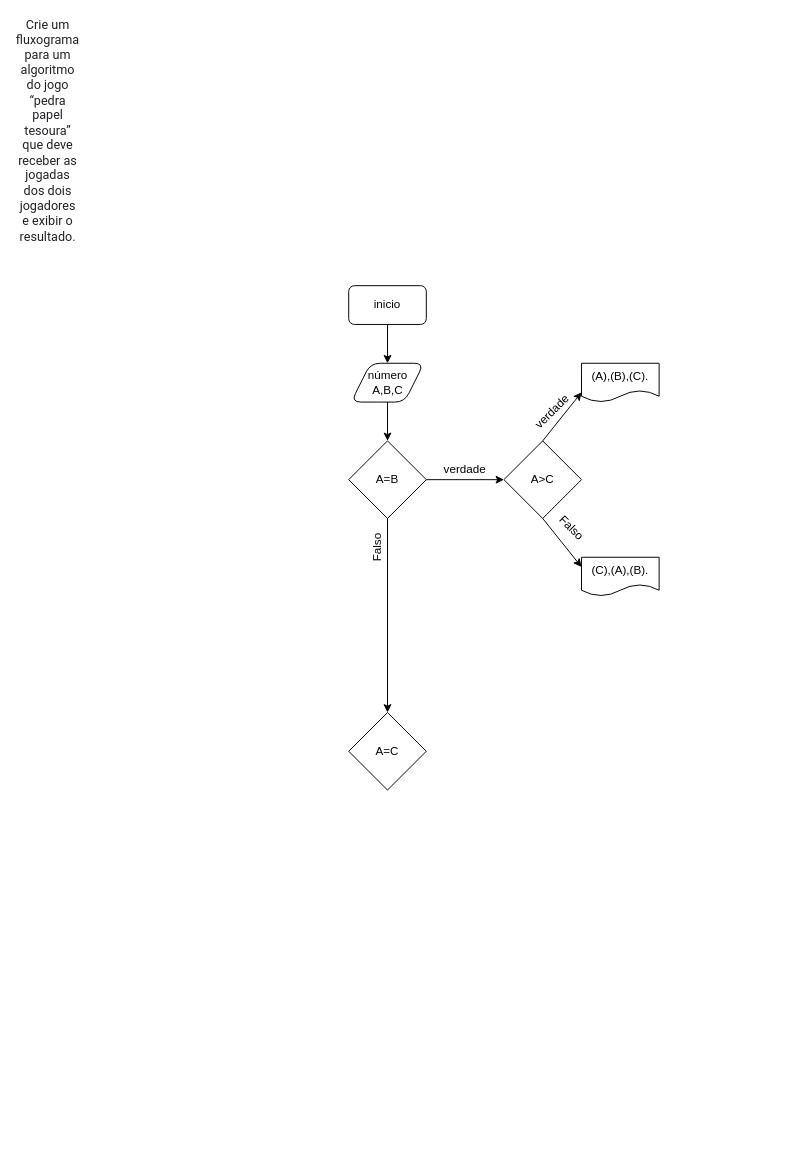
pedro-scastro/mdc118 keeps this draw.io diagram as Untitled Diagram.drawio. Above is the earlier version. Source tidied: cells renumbered, new cells numbered last; positions are measured from the earlier drawing's top-left corner, leaving out a move shared by most shapes. Both pictures are drawn from the tidied source at 97%, with x=0, y=0 at pixel (28, 120).
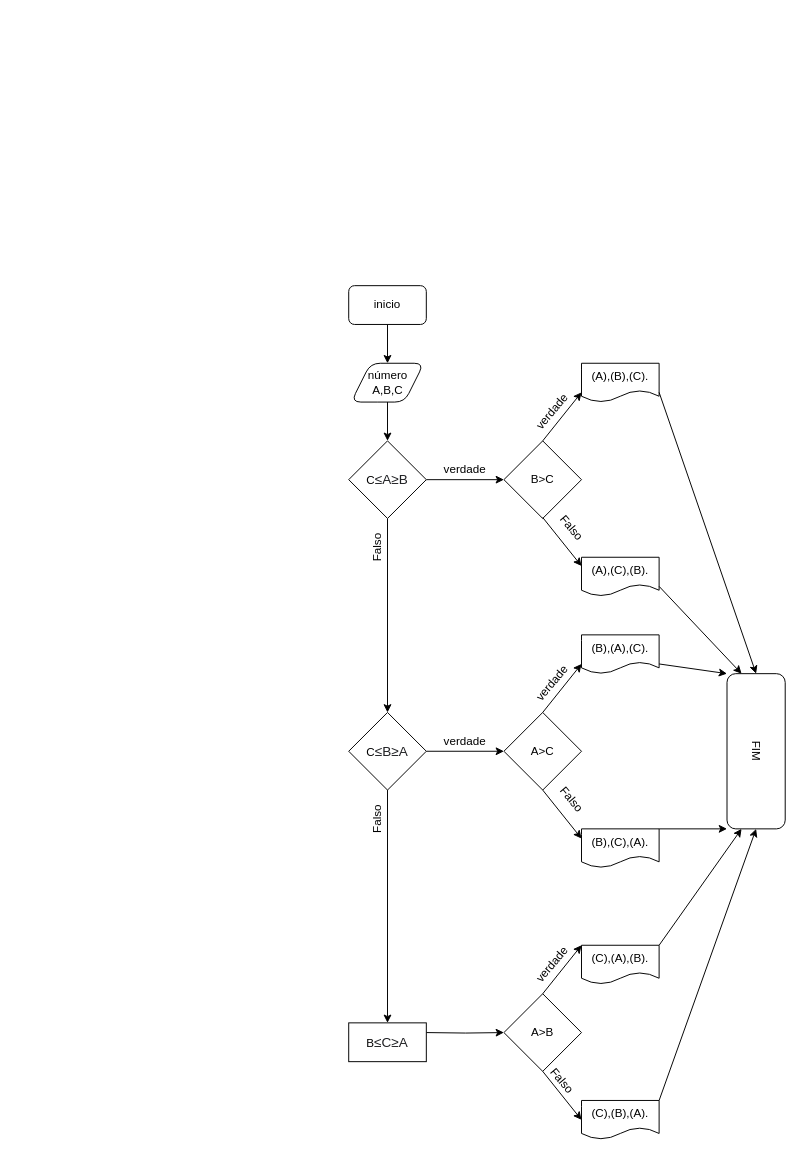
Above is the later version.

What changed in the source:
```diff
@@
-    <mxCell id="5" style="edgeStyle=orthogonalEdgeStyle;rounded=0;jettySize=auto;html=1;" parent="1" edge="1" source="7" target="9">
-      <mxGeometry relative="1" as="geometry" />
-    </mxCell>
-    <mxCell id="6" style="edgeStyle=orthogonalEdgeStyle;rounded=0;jettySize=auto;html=1;" parent="1" edge="1" source="7" target="17">
-      <mxGeometry relative="1" as="geometry" />
-    </mxCell>
-    <mxCell id="7" value="A=B" style="rhombus;whiteSpace=wrap;html=1;rounded=0;" parent="1" vertex="1">
-      <mxGeometry x="330" y="330" width="80" height="80" as="geometry" />
-    </mxCell>
@@
+    <mxCell id="20" style="edgeStyle=orthogonalEdgeStyle;rounded=0;jettySize=auto;html=1;" parent="1" edge="1" source="22" target="23">
+      <mxGeometry relative="1" as="geometry" />
+    </mxCell>
+    <mxCell id="21" style="edgeStyle=orthogonalEdgeStyle;rounded=0;jettySize=auto;html=1;" parent="1" edge="1" source="22" target="30">
+      <mxGeometry relative="1" as="geometry" />
+    </mxCell>
+    <mxCell id="22" value="C&lt;span style=&quot;color: rgb(32 , 33 , 36) ; font-family: &amp;#34;arial&amp;#34; , sans-serif ; font-size: 14px ; text-align: left ; background-color: rgb(255 , 255 , 255)&quot;&gt;≤A&lt;/span&gt;&lt;span style=&quot;color: rgb(32 , 33 , 36) ; font-family: &amp;#34;arial&amp;#34; , sans-serif ; font-size: 14px ; text-align: left ; background-color: rgb(255 , 255 , 255)&quot;&gt;≥B&lt;/span&gt;" style="rhombus;whiteSpace=wrap;html=1;rounded=0;" parent="1" vertex="1">
+      <mxGeometry x="330" y="330" width="80" height="80" as="geometry" />
+    </mxCell>
+    <mxCell id="23" value="B&amp;gt;C" style="rhombus;whiteSpace=wrap;html=1;rounded=0;" parent="1" vertex="1">
+      <mxGeometry x="490" y="330" width="80" height="80" as="geometry" />
+    </mxCell>
+    <mxCell id="24" value="verdade" style="text;html=1;strokeColor=none;fillColor=none;align=center;verticalAlign=middle;whiteSpace=wrap;rounded=0;rotation=0;" parent="1" vertex="1">
+      <mxGeometry x="430" y="350" width="40" height="20" as="geometry" />
+    </mxCell>
+    <mxCell id="25" style="endArrow=classic;html=1;entryX=0;entryY=0.75;entryDx=0;entryDy=0;exitX=0.5;exitY=0;exitDx=0;exitDy=0;" parent="1" edge="1">
+      <mxGeometry relative="1" as="geometry">
+        <mxPoint x="530" y="330" as="sourcePoint" />
+        <mxPoint x="570" y="280" as="targetPoint" />
+      </mxGeometry>
+    </mxCell>
+    <mxCell id="10" value="(A),(B),(C)." style="shape=document;whiteSpace=wrap;html=1;boundedLbl=1;rounded=0;" parent="1" vertex="1">
+      <mxGeometry x="570" y="250" width="80" height="40" as="geometry" />
+    </mxCell>
+    <mxCell id="26" style="endArrow=classic;html=1;entryX=0;entryY=0.25;entryDx=0;entryDy=0;exitX=0.5;exitY=1;exitDx=0;exitDy=0;" parent="1" edge="1">
+      <mxGeometry relative="1" as="geometry">
+        <mxPoint x="530" y="409" as="sourcePoint" />
+        <mxPoint x="570" y="459" as="targetPoint" />
+      </mxGeometry>
+    </mxCell>
+    <mxCell id="27" value="(A),(C),(B)." style="shape=document;whiteSpace=wrap;html=1;boundedLbl=1;rounded=0;" parent="1" vertex="1">
+      <mxGeometry x="570" y="450" width="80" height="40" as="geometry" />
+    </mxCell>
+    <mxCell id="28" style="edgeStyle=orthogonalEdgeStyle;rounded=0;jettySize=auto;html=1;" parent="1" edge="1" source="30" target="9">
+      <mxGeometry relative="1" as="geometry" />
+    </mxCell>
+    <mxCell id="29" style="edgeStyle=orthogonalEdgeStyle;rounded=0;jettySize=auto;html=1;entryX=0.5;entryY=0;entryDx=0;entryDy=0;" parent="1" edge="1" source="30" target="40">
+      <mxGeometry relative="1" as="geometry" />
+    </mxCell>
+    <mxCell id="30" value="C&lt;span style=&quot;color: rgb(32 , 33 , 36) ; font-family: &amp;#34;arial&amp;#34; , sans-serif ; font-size: 14px ; text-align: left ; background-color: rgb(255 , 255 , 255)&quot;&gt;≤B&lt;/span&gt;&lt;span style=&quot;color: rgb(32 , 33 , 36) ; font-family: &amp;#34;arial&amp;#34; , sans-serif ; font-size: 14px ; text-align: left ; background-color: rgb(255 , 255 , 255)&quot;&gt;≥A&lt;/span&gt;" style="rhombus;whiteSpace=wrap;html=1;rounded=0;" parent="1" vertex="1">
+      <mxGeometry x="330" y="610" width="80" height="80" as="geometry" />
+    </mxCell>
     <mxCell id="9" value="A&amp;gt;C" style="rhombus;whiteSpace=wrap;html=1;rounded=0;" parent="1" vertex="1">
-      <mxGeometry x="490" y="330" width="80" height="80" as="geometry" />
+      <mxGeometry x="490" y="610" width="80" height="80" as="geometry" />
     </mxCell>
-    <mxCell id="10" value="(A),(B),(C)." style="shape=document;whiteSpace=wrap;html=1;boundedLbl=1;rounded=0;" parent="1" vertex="1">
-      <mxGeometry x="570" y="250" width="80" height="40" as="geometry" />
-    </mxCell>
-    <mxCell id="11" style="endArrow=classic;html=1;entryX=0;entryY=0.75;entryDx=0;entryDy=0;exitX=0.5;exitY=0;exitDx=0;exitDy=0;" parent="1" edge="1" source="9" target="10">
-      <mxGeometry relative="1" as="geometry" />
-    </mxCell>
-    <mxCell id="12" value="verdade" style="text;html=1;strokeColor=none;fillColor=none;align=center;verticalAlign=middle;whiteSpace=wrap;rounded=0;rotation=-45;" parent="1" vertex="1">
-      <mxGeometry x="520" y="290" width="40" height="20" as="geometry" />
-    </mxCell>
+    <mxCell id="31" style="endArrow=classic;html=1;entryX=0;entryY=0.75;entryDx=0;entryDy=0;exitX=0.5;exitY=0;exitDx=0;exitDy=0;" parent="1" edge="1">
+      <mxGeometry relative="1" as="geometry">
+        <mxPoint x="530" y="610" as="sourcePoint" />
+        <mxPoint x="570" y="560" as="targetPoint" />
+      </mxGeometry>
+    </mxCell>
+    <mxCell id="32" style="endArrow=classic;html=1;entryX=0;entryY=0.25;entryDx=0;entryDy=0;exitX=0.5;exitY=1;exitDx=0;exitDy=0;" parent="1" edge="1">
+      <mxGeometry relative="1" as="geometry">
+        <mxPoint x="530" y="690" as="sourcePoint" />
+        <mxPoint x="570" y="740" as="targetPoint" />
+      </mxGeometry>
+    </mxCell>
+    <mxCell id="33" value="(B),(A),(C)." style="shape=document;whiteSpace=wrap;html=1;boundedLbl=1;rounded=0;" parent="1" vertex="1">
+      <mxGeometry x="570" y="530" width="80" height="40" as="geometry" />
+    </mxCell>
+    <mxCell id="34" value="(B),(C),(A)." style="shape=document;whiteSpace=wrap;html=1;boundedLbl=1;rounded=0;" parent="1" vertex="1">
+      <mxGeometry x="570" y="730" width="80" height="40" as="geometry" />
+    </mxCell>
+    <mxCell id="35" style="edgeStyle=orthogonalEdgeStyle;rounded=0;jettySize=auto;html=1;" parent="1" edge="1" target="36">
+      <mxGeometry relative="1" as="geometry">
+        <mxPoint x="410" y="940" as="sourcePoint" />
+      </mxGeometry>
+    </mxCell>
+    <mxCell id="36" value="A&amp;gt;B" style="rhombus;whiteSpace=wrap;html=1;rounded=0;" parent="1" vertex="1">
+      <mxGeometry x="490" y="900" width="80" height="80" as="geometry" />
+    </mxCell>
+    <mxCell id="37" style="endArrow=classic;html=1;entryX=0;entryY=0.75;entryDx=0;entryDy=0;exitX=0.5;exitY=0;exitDx=0;exitDy=0;" parent="1" edge="1">
+      <mxGeometry relative="1" as="geometry">
+        <mxPoint x="530" y="900" as="sourcePoint" />
+        <mxPoint x="570" y="850" as="targetPoint" />
+      </mxGeometry>
+    </mxCell>
+    <mxCell id="38" style="endArrow=classic;html=1;entryX=0;entryY=0.25;entryDx=0;entryDy=0;exitX=0.5;exitY=1;exitDx=0;exitDy=0;" parent="1" edge="1">
+      <mxGeometry relative="1" as="geometry">
+        <mxPoint x="530" y="980" as="sourcePoint" />
+        <mxPoint x="570" y="1030" as="targetPoint" />
+      </mxGeometry>
+    </mxCell>
     <mxCell id="13" value="(C),(A),(B)." style="shape=document;whiteSpace=wrap;html=1;boundedLbl=1;rounded=0;" parent="1" vertex="1">
-      <mxGeometry x="570" y="450" width="80" height="40" as="geometry" />
+      <mxGeometry x="570" y="850" width="80" height="40" as="geometry" />
     </mxCell>
-    <mxCell id="14" style="endArrow=classic;html=1;entryX=0;entryY=0.25;entryDx=0;entryDy=0;exitX=0.5;exitY=1;exitDx=0;exitDy=0;" parent="1" edge="1" source="9" target="13">
-      <mxGeometry relative="1" as="geometry" />
-    </mxCell>
-    <mxCell id="15" value="Falso" style="text;html=1;strokeColor=none;fillColor=none;align=center;verticalAlign=middle;whiteSpace=wrap;rounded=0;rotation=45;" parent="1" vertex="1">
-      <mxGeometry x="540" y="410" width="40" height="20" as="geometry" />
-    </mxCell>
-    <mxCell id="16" value="verdade" style="text;html=1;strokeColor=none;fillColor=none;align=center;verticalAlign=middle;whiteSpace=wrap;rounded=0;rotation=0;" parent="1" vertex="1">
-      <mxGeometry x="430" y="350" width="40" height="20" as="geometry" />
-    </mxCell>
-    <mxCell id="17" value="A=C" style="rhombus;whiteSpace=wrap;html=1;rounded=0;" parent="1" vertex="1">
-      <mxGeometry x="330" y="610" width="80" height="80" as="geometry" />
-    </mxCell>
-    <mxCell id="18" value="Falso" style="text;html=1;strokeColor=none;fillColor=none;align=center;verticalAlign=middle;whiteSpace=wrap;rounded=0;rotation=-90;" parent="1" vertex="1">
-      <mxGeometry x="340" y="430" width="40" height="20" as="geometry" />
-    </mxCell>
-    <mxCell id="19" value="&lt;span style=&quot;color: rgb(32 , 33 , 36) ; font-family: &amp;#34;roboto&amp;#34; , &amp;#34;arial&amp;#34; , sans-serif ; font-size: 13px ; text-align: left ; background-color: rgb(255 , 255 , 255)&quot;&gt;Crie um fluxograma para um algoritmo do jogo “pedra papel tesoura” que deve receber as jogadas dos dois jogadores e exibir o resultado.&lt;/span&gt;" style="text;html=1;strokeColor=none;fillColor=none;align=center;verticalAlign=middle;whiteSpace=wrap;rounded=0;" parent="1" vertex="1">
-      <mxGeometry width="40" height="20" as="geometry" />
-    </mxCell>
+    <mxCell id="39" value="(C),(B),(A)." style="shape=document;whiteSpace=wrap;html=1;boundedLbl=1;rounded=0;" parent="1" vertex="1">
+      <mxGeometry x="570" y="1010" width="80" height="40" as="geometry" />
+    </mxCell>
+    <mxCell id="40" value="&lt;span style=&quot;text-align: left&quot;&gt;B&lt;/span&gt;&lt;span style=&quot;color: rgb(32 , 33 , 36) ; font-family: &amp;#34;arial&amp;#34; , sans-serif ; font-size: 14px ; text-align: left ; background-color: rgb(255 , 255 , 255)&quot;&gt;≤C&lt;/span&gt;&lt;span style=&quot;color: rgb(32 , 33 , 36) ; font-family: &amp;#34;arial&amp;#34; , sans-serif ; font-size: 14px ; text-align: left ; background-color: rgb(255 , 255 , 255)&quot;&gt;≥A&lt;/span&gt;" style="rounded=0;whiteSpace=wrap;html=1;" parent="1" vertex="1">
+      <mxGeometry x="330" y="930" width="80" height="40" as="geometry" />
+    </mxCell>
+    <mxCell id="41" value="verdade" style="text;html=1;strokeColor=none;fillColor=none;align=center;verticalAlign=middle;whiteSpace=wrap;rounded=0;rotation=0;" parent="1" vertex="1">
+      <mxGeometry x="430" y="630" width="40" height="20" as="geometry" />
+    </mxCell>
+    <mxCell id="42" value="Falso" style="text;html=1;strokeColor=none;fillColor=none;align=center;verticalAlign=middle;whiteSpace=wrap;rounded=0;rotation=-90;" parent="1" vertex="1">
+      <mxGeometry x="340" y="430" width="40" height="20" as="geometry" />
+    </mxCell>
+    <mxCell id="43" value="Falso" style="text;html=1;strokeColor=none;fillColor=none;align=center;verticalAlign=middle;whiteSpace=wrap;rounded=0;rotation=-90;" parent="1" vertex="1">
+      <mxGeometry x="340" y="710" width="40" height="20" as="geometry" />
+    </mxCell>
+    <mxCell id="44" value="verdade" style="text;html=1;strokeColor=none;fillColor=none;align=center;verticalAlign=middle;whiteSpace=wrap;rounded=0;rotation=-50;" parent="1" vertex="1">
+      <mxGeometry x="520" y="290" width="40" height="20" as="geometry" />
+    </mxCell>
+    <mxCell id="45" value="verdade" style="text;html=1;strokeColor=none;fillColor=none;align=center;verticalAlign=middle;whiteSpace=wrap;rounded=0;rotation=-50;" parent="1" vertex="1">
+      <mxGeometry x="520" y="570" width="40" height="20" as="geometry" />
+    </mxCell>
+    <mxCell id="46" value="verdade" style="text;html=1;strokeColor=none;fillColor=none;align=center;verticalAlign=middle;whiteSpace=wrap;rounded=0;rotation=-50;" parent="1" vertex="1">
+      <mxGeometry x="520" y="860" width="40" height="20" as="geometry" />
+    </mxCell>
+    <mxCell id="47" value="Falso" style="text;html=1;strokeColor=none;fillColor=none;align=center;verticalAlign=middle;whiteSpace=wrap;rounded=0;rotation=50;" parent="1" vertex="1">
+      <mxGeometry x="540" y="410" width="40" height="20" as="geometry" />
+    </mxCell>
+    <mxCell id="48" value="Falso" style="text;html=1;strokeColor=none;fillColor=none;align=center;verticalAlign=middle;whiteSpace=wrap;rounded=0;rotation=50;" parent="1" vertex="1">
+      <mxGeometry x="540" y="690" width="40" height="20" as="geometry" />
+    </mxCell>
+    <mxCell id="49" value="Falso" style="text;html=1;strokeColor=none;fillColor=none;align=center;verticalAlign=middle;whiteSpace=wrap;rounded=0;rotation=50;" parent="1" vertex="1">
+      <mxGeometry x="530" y="980" width="40" height="20" as="geometry" />
+    </mxCell>
+    <mxCell id="50" value="FIM" style="rounded=1;whiteSpace=wrap;html=1;rotation=90;" parent="1" vertex="1">
+      <mxGeometry x="670" y="620" width="160" height="60" as="geometry" />
+    </mxCell>
+    <mxCell id="51" style="endArrow=classic;html=1;exitX=1;exitY=0.75;exitDx=0;exitDy=0;entryX=0;entryY=0.5;entryDx=0;entryDy=0;" parent="1" edge="1" source="10" target="50">
+      <mxGeometry relative="1" as="geometry" />
+    </mxCell>
+    <mxCell id="52" style="endArrow=classic;html=1;exitX=1;exitY=0.75;exitDx=0;exitDy=0;entryX=0;entryY=0.75;entryDx=0;entryDy=0;" parent="1" edge="1" source="27" target="50">
+      <mxGeometry relative="1" as="geometry" />
+    </mxCell>
+    <mxCell id="53" style="endArrow=classic;html=1;exitX=1;exitY=0.75;exitDx=0;exitDy=0;entryX=0;entryY=1;entryDx=0;entryDy=0;" parent="1" edge="1" source="33" target="50">
+      <mxGeometry relative="1" as="geometry" />
+    </mxCell>
+    <mxCell id="54" style="endArrow=classic;html=1;entryX=1;entryY=1;entryDx=0;entryDy=0;exitX=0.5;exitY=0;exitDx=0;exitDy=0;" parent="1" edge="1" target="50">
+      <mxGeometry relative="1" as="geometry">
+        <mxPoint x="650" y="730" as="sourcePoint" />
+      </mxGeometry>
+    </mxCell>
+    <mxCell id="55" style="endArrow=classic;html=1;entryX=1;entryY=0.75;entryDx=0;entryDy=0;exitX=0.5;exitY=0;exitDx=0;exitDy=0;" parent="1" edge="1" target="50">
+      <mxGeometry relative="1" as="geometry">
+        <mxPoint x="650" y="850" as="sourcePoint" />
+      </mxGeometry>
+    </mxCell>
+    <mxCell id="56" style="endArrow=classic;html=1;entryX=1;entryY=0.5;entryDx=0;entryDy=0;exitX=0.5;exitY=0;exitDx=0;exitDy=0;" parent="1" edge="1" target="50">
+      <mxGeometry relative="1" as="geometry">
+        <mxPoint x="650" y="1010" as="sourcePoint" />
+      </mxGeometry>
+    </mxCell>
```
